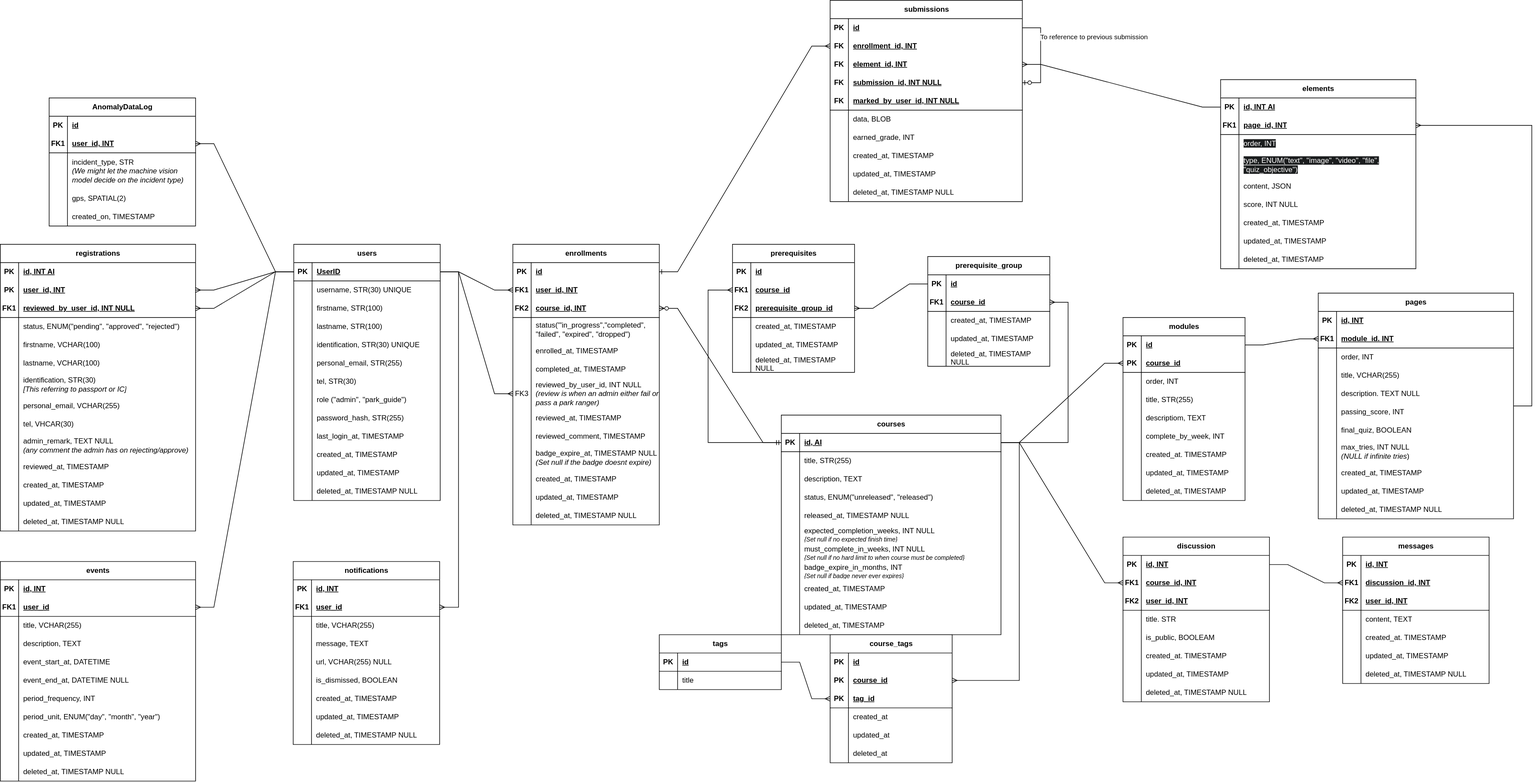
Above: docs/ERD.drawio.svg in Suerfine/COS30049-CTIP (draw.io), before the change. Source tidied: cells renumbered, new cells last; positions are measured from the earlier drawing's top-left corner, leaving out a move shared by most shapes.
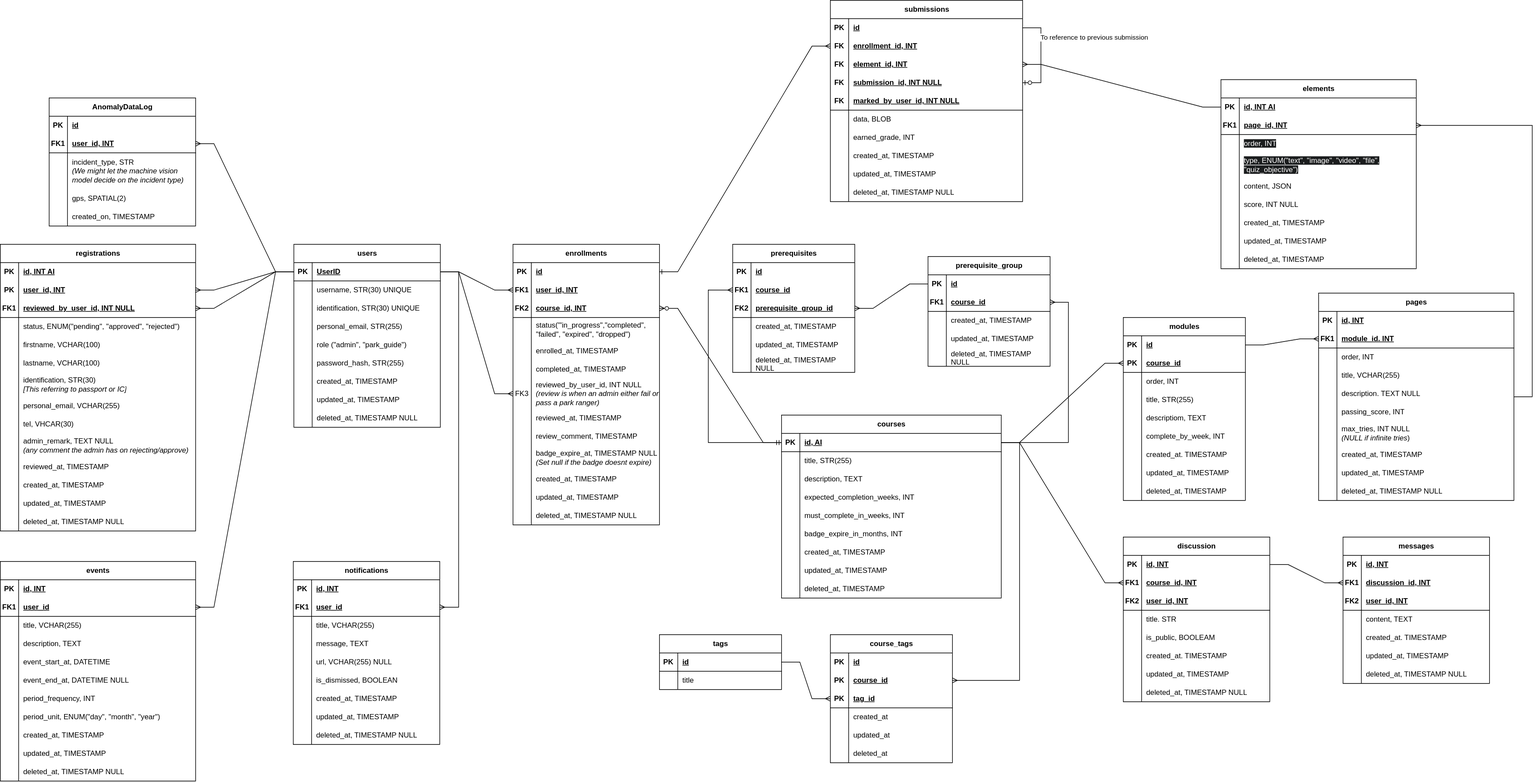
The same file after the commit.

Diff of the diagram source:
```diff
@@ -5,3 +5,3 @@
     <mxCell id="2" value="users" style="shape=table;startSize=30;rowLines=0;fontStyle=1;align=center;html=1;" parent="1" vertex="1">
-      <mxGeometry x="481" y="400" width="240" height="420" as="geometry" />
+      <mxGeometry x="481" y="400" width="240" height="300" as="geometry" />
     </mxCell>
@@ -25,22 +25,4 @@
     </mxCell>
-    <mxCell id="9" style="shape=tableRow;horizontal=0;startSize=0;swimlaneHead=0;swimlaneBody=0;fillColor=none;top=0;left=0;right=0;bottom=0;" parent="2" vertex="1">
-      <mxGeometry y="90" width="240" height="30" as="geometry" />
-    </mxCell>
-    <mxCell id="10" style="shape=partialRectangle;fillColor=none;top=0;left=0;bottom=0;right=0;overflow=hidden;whiteSpace=wrap;html=1;" parent="9" vertex="1">
-      <mxGeometry width="30" height="30" as="geometry" />
-    </mxCell>
-    <mxCell id="11" value="firstname, STR(100)" style="shape=partialRectangle;fillColor=none;top=0;left=0;bottom=0;right=0;align=left;spacingLeft=6;overflow=hidden;whiteSpace=wrap;html=1;" parent="9" vertex="1">
-      <mxGeometry x="30" width="210" height="30" as="geometry" />
-    </mxCell>
-    <mxCell id="12" style="shape=tableRow;horizontal=0;startSize=0;swimlaneHead=0;swimlaneBody=0;fillColor=none;top=0;left=0;right=0;bottom=0;" parent="2" vertex="1">
-      <mxGeometry y="120" width="240" height="30" as="geometry" />
-    </mxCell>
-    <mxCell id="13" style="shape=partialRectangle;fillColor=none;top=0;left=0;bottom=0;right=0;overflow=hidden;whiteSpace=wrap;html=1;" parent="12" vertex="1">
-      <mxGeometry width="30" height="30" as="geometry" />
-    </mxCell>
-    <mxCell id="14" value="lastname, STR(100)" style="shape=partialRectangle;fillColor=none;top=0;left=0;bottom=0;right=0;align=left;spacingLeft=6;overflow=hidden;whiteSpace=wrap;html=1;" parent="12" vertex="1">
-      <mxGeometry x="30" width="210" height="30" as="geometry" />
-    </mxCell>
     <mxCell id="15" style="shape=tableRow;horizontal=0;startSize=0;swimlaneHead=0;swimlaneBody=0;fillColor=none;top=0;left=0;right=0;bottom=0;" parent="2" vertex="1">
-      <mxGeometry y="150" width="240" height="30" as="geometry" />
+      <mxGeometry y="90" width="240" height="30" as="geometry" />
     </mxCell>
@@ -53,3 +35,3 @@
     <mxCell id="18" style="shape=tableRow;horizontal=0;startSize=0;swimlaneHead=0;swimlaneBody=0;fillColor=none;top=0;left=0;right=0;bottom=0;" parent="2" vertex="1">
-      <mxGeometry y="180" width="240" height="30" as="geometry" />
+      <mxGeometry y="120" width="240" height="30" as="geometry" />
     </mxCell>
@@ -61,13 +43,4 @@
     </mxCell>
-    <mxCell id="21" style="shape=tableRow;horizontal=0;startSize=0;swimlaneHead=0;swimlaneBody=0;fillColor=none;top=0;left=0;right=0;bottom=0;" parent="2" vertex="1">
-      <mxGeometry y="210" width="240" height="30" as="geometry" />
-    </mxCell>
-    <mxCell id="22" style="shape=partialRectangle;fillColor=none;top=0;left=0;bottom=0;right=0;overflow=hidden;whiteSpace=wrap;html=1;" parent="21" vertex="1">
-      <mxGeometry width="30" height="30" as="geometry" />
-    </mxCell>
-    <mxCell id="23" value="tel, STR(30)" style="shape=partialRectangle;fillColor=none;top=0;left=0;bottom=0;right=0;align=left;spacingLeft=6;overflow=hidden;whiteSpace=wrap;html=1;" parent="21" vertex="1">
-      <mxGeometry x="30" width="210" height="30" as="geometry" />
-    </mxCell>
     <mxCell id="24" style="shape=tableRow;horizontal=0;startSize=0;swimlaneHead=0;swimlaneBody=0;fillColor=none;top=0;left=0;right=0;bottom=0;" parent="2" vertex="1">
-      <mxGeometry y="240" width="240" height="30" as="geometry" />
+      <mxGeometry y="150" width="240" height="30" as="geometry" />
     </mxCell>
@@ -80,3 +53,3 @@
     <mxCell id="27" style="shape=tableRow;horizontal=0;startSize=0;swimlaneHead=0;swimlaneBody=0;fillColor=none;top=0;left=0;right=0;bottom=0;" parent="2" vertex="1">
-      <mxGeometry y="270" width="240" height="30" as="geometry" />
+      <mxGeometry y="180" width="240" height="30" as="geometry" />
     </mxCell>
@@ -88,13 +61,4 @@
     </mxCell>
-    <mxCell id="30" style="shape=tableRow;horizontal=0;startSize=0;swimlaneHead=0;swimlaneBody=0;fillColor=none;top=0;left=0;right=0;bottom=0;" parent="2" vertex="1">
-      <mxGeometry y="300" width="240" height="30" as="geometry" />
-    </mxCell>
-    <mxCell id="31" style="shape=partialRectangle;fillColor=none;top=0;left=0;bottom=0;right=0;overflow=hidden;whiteSpace=wrap;html=1;" parent="30" vertex="1">
-      <mxGeometry width="30" height="30" as="geometry" />
-    </mxCell>
-    <mxCell id="32" value="last_login_at, TIMESTAMP" style="shape=partialRectangle;fillColor=none;top=0;left=0;bottom=0;right=0;align=left;spacingLeft=6;overflow=hidden;whiteSpace=wrap;html=1;" parent="30" vertex="1">
-      <mxGeometry x="30" width="210" height="30" as="geometry" />
-    </mxCell>
     <mxCell id="33" style="shape=tableRow;horizontal=0;startSize=0;swimlaneHead=0;swimlaneBody=0;fillColor=none;top=0;left=0;right=0;bottom=0;" parent="2" vertex="1">
-      <mxGeometry y="330" width="240" height="30" as="geometry" />
+      <mxGeometry y="210" width="240" height="30" as="geometry" />
     </mxCell>
@@ -107,3 +71,3 @@
     <mxCell id="36" style="shape=tableRow;horizontal=0;startSize=0;swimlaneHead=0;swimlaneBody=0;fillColor=none;top=0;left=0;right=0;bottom=0;" parent="2" vertex="1">
-      <mxGeometry y="360" width="240" height="30" as="geometry" />
+      <mxGeometry y="240" width="240" height="30" as="geometry" />
     </mxCell>
@@ -116,3 +80,3 @@
     <mxCell id="39" style="shape=tableRow;horizontal=0;startSize=0;swimlaneHead=0;swimlaneBody=0;fillColor=none;top=0;left=0;right=0;bottom=0;" parent="2" vertex="1">
-      <mxGeometry y="390" width="240" height="30" as="geometry" />
+      <mxGeometry y="270" width="240" height="30" as="geometry" />
     </mxCell>
@@ -125,3 +89,3 @@
     <mxCell id="42" value="courses" style="shape=table;startSize=30;rowLines=0;fontStyle=1;align=center;html=1;" parent="1" vertex="1">
-      <mxGeometry x="1280" y="680" width="360" height="360" as="geometry" />
+      <mxGeometry x="1280" y="680" width="360" height="300" as="geometry" />
     </mxCell>
@@ -136,11 +100,11 @@
     </mxCell>
-    <mxCell id="46" style="shape=tableRow;horizontal=0;startSize=0;swimlaneHead=0;swimlaneBody=0;fillColor=none;top=0;left=0;right=0;bottom=0;" parent="42" vertex="1">
-      <mxGeometry y="60" width="360" height="30" as="geometry" />
-    </mxCell>
-    <mxCell id="47" style="shape=partialRectangle;fillColor=none;top=0;left=0;bottom=0;right=0;overflow=hidden;whiteSpace=wrap;html=1;" parent="46" vertex="1">
-      <mxGeometry width="30" height="30" as="geometry" />
-    </mxCell>
-    <mxCell id="48" value="title, STR(255)" style="shape=partialRectangle;fillColor=none;top=0;left=0;bottom=0;right=0;align=left;spacingLeft=6;overflow=hidden;whiteSpace=wrap;html=1;" parent="46" vertex="1">
-      <mxGeometry x="30" width="330" height="30" as="geometry" />
-    </mxCell>
+    <mxCell id="52" style="shape=tableRow;horizontal=0;startSize=0;swimlaneHead=0;swimlaneBody=0;fillColor=none;top=0;left=0;right=0;bottom=0;" parent="42" vertex="1">
+      <mxGeometry y="60" width="360" height="30" as="geometry" />
+    </mxCell>
+    <mxCell id="53" style="shape=partialRectangle;fillColor=none;top=0;left=0;bottom=0;right=0;overflow=hidden;whiteSpace=wrap;html=1;" parent="52" vertex="1">
+      <mxGeometry width="30" height="30" as="geometry" />
+    </mxCell>
+    <mxCell id="54" value="title, STR(255)" style="shape=partialRectangle;fillColor=none;top=0;left=0;bottom=0;right=0;align=left;spacingLeft=6;overflow=hidden;whiteSpace=wrap;html=1;" parent="52" vertex="1">
+      <mxGeometry x="30" width="330" height="30" as="geometry" />
+    </mxCell>
     <mxCell id="49" style="shape=tableRow;horizontal=0;startSize=0;swimlaneHead=0;swimlaneBody=0;fillColor=none;top=0;left=0;right=0;bottom=0;" parent="42" vertex="1">
@@ -154,22 +118,4 @@
     </mxCell>
-    <mxCell id="52" style="shape=tableRow;horizontal=0;startSize=0;swimlaneHead=0;swimlaneBody=0;fillColor=none;top=0;left=0;right=0;bottom=0;" parent="42" vertex="1">
-      <mxGeometry y="120" width="360" height="30" as="geometry" />
-    </mxCell>
-    <mxCell id="53" style="shape=partialRectangle;fillColor=none;top=0;left=0;bottom=0;right=0;overflow=hidden;whiteSpace=wrap;html=1;" parent="52" vertex="1">
-      <mxGeometry width="30" height="30" as="geometry" />
-    </mxCell>
-    <mxCell id="54" value="status, ENUM(&quot;unreleased&quot;, &quot;released&quot;)" style="shape=partialRectangle;fillColor=none;top=0;left=0;bottom=0;right=0;align=left;spacingLeft=6;overflow=hidden;whiteSpace=wrap;html=1;" parent="52" vertex="1">
-      <mxGeometry x="30" width="330" height="30" as="geometry" />
-    </mxCell>
-    <mxCell id="55" style="shape=tableRow;horizontal=0;startSize=0;swimlaneHead=0;swimlaneBody=0;fillColor=none;top=0;left=0;right=0;bottom=0;" parent="42" vertex="1">
-      <mxGeometry y="150" width="360" height="30" as="geometry" />
-    </mxCell>
-    <mxCell id="56" style="shape=partialRectangle;fillColor=none;top=0;left=0;bottom=0;right=0;overflow=hidden;whiteSpace=wrap;html=1;" parent="55" vertex="1">
-      <mxGeometry width="30" height="30" as="geometry" />
-    </mxCell>
-    <mxCell id="57" value="released_at, TIMESTAMP NULL" style="shape=partialRectangle;fillColor=none;top=0;left=0;bottom=0;right=0;align=left;spacingLeft=6;overflow=hidden;whiteSpace=wrap;html=1;" parent="55" vertex="1">
-      <mxGeometry x="30" width="330" height="30" as="geometry" />
-    </mxCell>
     <mxCell id="58" style="shape=tableRow;horizontal=0;startSize=0;swimlaneHead=0;swimlaneBody=0;fillColor=none;top=0;left=0;right=0;bottom=0;" parent="42" vertex="1">
-      <mxGeometry y="180" width="360" height="30" as="geometry" />
+      <mxGeometry y="120" width="360" height="30" as="geometry" />
     </mxCell>
@@ -178,3 +124,3 @@
     </mxCell>
-    <mxCell id="60" value="expected_completion_weeks&lt;span style=&quot;background-color: transparent; color: light-dark(rgb(0, 0, 0), rgb(255, 255, 255));&quot;&gt;, INT NULL&lt;br&gt;&lt;i&gt;&lt;font style=&quot;font-size: 10px;&quot;&gt;{Set null if no expected finish time}&lt;/font&gt;&lt;/i&gt;&lt;/span&gt;" style="shape=partialRectangle;fillColor=none;top=0;left=0;bottom=0;right=0;align=left;spacingLeft=6;overflow=hidden;whiteSpace=wrap;html=1;" parent="58" vertex="1">
+    <mxCell id="60" value="expected_completion_weeks&lt;span style=&quot;background-color: transparent; color: light-dark(rgb(0, 0, 0), rgb(255, 255, 255));&quot;&gt;, INT&lt;/span&gt;" style="shape=partialRectangle;fillColor=none;top=0;left=0;bottom=0;right=0;align=left;spacingLeft=6;overflow=hidden;whiteSpace=wrap;html=1;" parent="58" vertex="1">
       <mxGeometry x="30" width="330" height="30" as="geometry" />
@@ -182,3 +128,3 @@
     <mxCell id="61" style="shape=tableRow;horizontal=0;startSize=0;swimlaneHead=0;swimlaneBody=0;fillColor=none;top=0;left=0;right=0;bottom=0;" parent="42" vertex="1">
-      <mxGeometry y="210" width="360" height="30" as="geometry" />
+      <mxGeometry y="150" width="360" height="30" as="geometry" />
     </mxCell>
@@ -187,3 +133,3 @@
     </mxCell>
-    <mxCell id="63" value="must_complete_in_weeks, INT NULL&lt;div&gt;&lt;i&gt;&lt;font style=&quot;font-size: 10px;&quot;&gt;{Set null if no hard limit to when course must be completed}&lt;/font&gt;&lt;/i&gt;&lt;/div&gt;" style="shape=partialRectangle;fillColor=none;top=0;left=0;bottom=0;right=0;align=left;spacingLeft=6;overflow=hidden;whiteSpace=wrap;html=1;" parent="61" vertex="1">
+    <mxCell id="63" value="must_complete_in_weeks, INT" style="shape=partialRectangle;fillColor=none;top=0;left=0;bottom=0;right=0;align=left;spacingLeft=6;overflow=hidden;whiteSpace=wrap;html=1;" parent="61" vertex="1">
       <mxGeometry x="30" width="330" height="30" as="geometry" />
@@ -191,3 +137,3 @@
     <mxCell id="64" style="shape=tableRow;horizontal=0;startSize=0;swimlaneHead=0;swimlaneBody=0;fillColor=none;top=0;left=0;right=0;bottom=0;" parent="42" vertex="1">
-      <mxGeometry y="240" width="360" height="30" as="geometry" />
+      <mxGeometry y="180" width="360" height="30" as="geometry" />
     </mxCell>
@@ -196,3 +142,3 @@
     </mxCell>
-    <mxCell id="66" value="badge_expire_in_months, INT&lt;br&gt;&lt;i&gt;&lt;font style=&quot;font-size: 10px;&quot;&gt;{Set null if badge never ever expires}&lt;/font&gt;&lt;/i&gt;" style="shape=partialRectangle;fillColor=none;top=0;left=0;bottom=0;right=0;align=left;spacingLeft=6;overflow=hidden;whiteSpace=wrap;html=1;" parent="64" vertex="1">
+    <mxCell id="66" value="badge_expire_in_months, INT" style="shape=partialRectangle;fillColor=none;top=0;left=0;bottom=0;right=0;align=left;spacingLeft=6;overflow=hidden;whiteSpace=wrap;html=1;" parent="64" vertex="1">
       <mxGeometry x="30" width="330" height="30" as="geometry" />
@@ -200,3 +146,3 @@
     <mxCell id="67" style="shape=tableRow;horizontal=0;startSize=0;swimlaneHead=0;swimlaneBody=0;fillColor=none;top=0;left=0;right=0;bottom=0;" parent="42" vertex="1">
-      <mxGeometry y="270" width="360" height="30" as="geometry" />
+      <mxGeometry y="210" width="360" height="30" as="geometry" />
     </mxCell>
@@ -209,3 +155,3 @@
     <mxCell id="70" style="shape=tableRow;horizontal=0;startSize=0;swimlaneHead=0;swimlaneBody=0;fillColor=none;top=0;left=0;right=0;bottom=0;" parent="42" vertex="1">
-      <mxGeometry y="300" width="360" height="30" as="geometry" />
+      <mxGeometry y="240" width="360" height="30" as="geometry" />
     </mxCell>
@@ -218,3 +164,3 @@
     <mxCell id="73" style="shape=tableRow;horizontal=0;startSize=0;swimlaneHead=0;swimlaneBody=0;fillColor=none;top=0;left=0;right=0;bottom=0;" parent="42" vertex="1">
-      <mxGeometry y="330" width="360" height="30" as="geometry" />
+      <mxGeometry y="270" width="360" height="30" as="geometry" />
     </mxCell>
@@ -314,3 +260,3 @@
     <mxCell id="105" value="pages" style="shape=table;startSize=30;rowLines=0;fontStyle=1;align=center;html=1;" parent="1" vertex="1">
-      <mxGeometry x="2160" y="480" width="320" height="370" as="geometry" />
+      <mxGeometry x="2160" y="480" width="320" height="340" as="geometry" />
     </mxCell>
@@ -370,13 +316,4 @@
     </mxCell>
-    <mxCell id="124" style="shape=tableRow;horizontal=0;startSize=0;swimlaneHead=0;swimlaneBody=0;fillColor=none;top=0;left=0;right=0;bottom=0;" parent="105" vertex="1">
-      <mxGeometry y="210" width="320" height="30" as="geometry" />
-    </mxCell>
-    <mxCell id="125" style="shape=partialRectangle;fillColor=none;top=0;left=0;bottom=0;right=0;overflow=hidden;whiteSpace=wrap;html=1;" parent="124" vertex="1">
-      <mxGeometry width="30" height="30" as="geometry" />
-    </mxCell>
-    <mxCell id="126" value="final_quiz, BOOLEAN" style="shape=partialRectangle;fillColor=none;top=0;left=0;bottom=0;right=0;align=left;spacingLeft=6;overflow=hidden;whiteSpace=wrap;html=1;" parent="124" vertex="1">
-      <mxGeometry x="30" width="290" height="30" as="geometry" />
-    </mxCell>
     <mxCell id="127" style="shape=tableRow;horizontal=0;startSize=0;swimlaneHead=0;swimlaneBody=0;fillColor=none;top=0;left=0;right=0;bottom=0;" parent="105" vertex="1">
-      <mxGeometry y="240" width="320" height="40" as="geometry" />
+      <mxGeometry y="210" width="320" height="40" as="geometry" />
     </mxCell>
@@ -389,3 +326,3 @@
     <mxCell id="130" style="shape=tableRow;horizontal=0;startSize=0;swimlaneHead=0;swimlaneBody=0;fillColor=none;top=0;left=0;right=0;bottom=0;" parent="105" vertex="1">
-      <mxGeometry y="280" width="320" height="30" as="geometry" />
+      <mxGeometry y="250" width="320" height="30" as="geometry" />
     </mxCell>
@@ -398,3 +335,3 @@
     <mxCell id="133" style="shape=tableRow;horizontal=0;startSize=0;swimlaneHead=0;swimlaneBody=0;fillColor=none;top=0;left=0;right=0;bottom=0;" parent="105" vertex="1">
-      <mxGeometry y="310" width="320" height="30" as="geometry" />
+      <mxGeometry y="280" width="320" height="30" as="geometry" />
     </mxCell>
@@ -407,3 +344,3 @@
     <mxCell id="136" style="shape=tableRow;horizontal=0;startSize=0;swimlaneHead=0;swimlaneBody=0;fillColor=none;top=0;left=0;right=0;bottom=0;" parent="105" vertex="1">
-      <mxGeometry y="340" width="320" height="30" as="geometry" />
+      <mxGeometry y="310" width="320" height="30" as="geometry" />
     </mxCell>
@@ -499,3 +436,3 @@
     </mxCell>
-    <mxCell id="167" value="reviewed_comment, TIMESTAMP" style="shape=partialRectangle;fillColor=none;top=0;left=0;bottom=0;right=0;align=left;spacingLeft=6;overflow=hidden;whiteSpace=wrap;html=1;" parent="165" vertex="1">
+    <mxCell id="167" value="review_comment, TIMESTAMP" style="shape=partialRectangle;fillColor=none;top=0;left=0;bottom=0;right=0;align=left;spacingLeft=6;overflow=hidden;whiteSpace=wrap;html=1;" parent="165" vertex="1">
       <mxGeometry x="30" width="210" height="30" as="geometry" />
```
